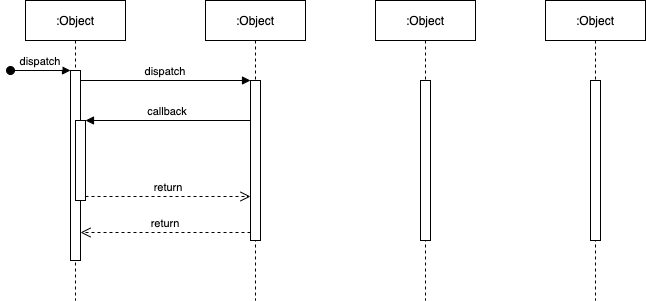
Earlier version of the draw.io export zDifferent/SC/Translation.drawio.png (smitbmx/Architecture-Diagrams). Source tidied: cells renumbered, new cells last; positions are measured from the earlier drawing's top-left corner, leaving out a move shared by most shapes.
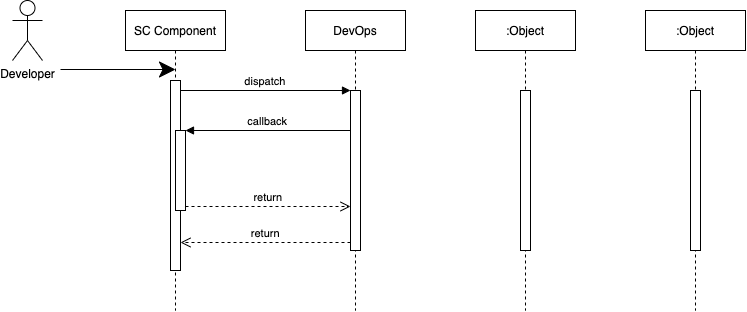
The same diagram one commit later.

The edit, as a diff of the source:
```diff
@@ -2,21 +2,16 @@
   <root>
     <mxCell id="0" />
     <mxCell id="1" parent="0" />
-    <mxCell id="2" value=":Object" style="shape=umlLifeline;perimeter=lifelinePerimeter;rounded=0;shadow=0;strokeWidth=1;" parent="1" vertex="1">
+    <mxCell id="2" value="SC Component" style="shape=umlLifeline;perimeter=lifelinePerimeter;rounded=0;shadow=0;strokeWidth=1;" parent="1" vertex="1">
       <mxGeometry x="15" width="100" height="300" as="geometry" />
     </mxCell>
     <mxCell id="3" style="points=[];perimeter=orthogonalPerimeter;rounded=0;shadow=0;strokeWidth=1;" parent="2" vertex="1">
       <mxGeometry x="45" y="70" width="10" height="190" as="geometry" />
     </mxCell>
-    <mxCell id="4" value="dispatch" style="verticalAlign=bottom;startArrow=oval;endArrow=block;startSize=8;shadow=0;strokeWidth=1;" parent="2" edge="1" target="3">
-      <mxGeometry relative="1" as="geometry">
-        <mxPoint x="-15" y="70" as="sourcePoint" />
-      </mxGeometry>
-    </mxCell>
     <mxCell id="5" style="points=[];perimeter=orthogonalPerimeter;rounded=0;shadow=0;strokeWidth=1;" parent="2" vertex="1">
       <mxGeometry x="50" y="120" width="10" height="80" as="geometry" />
     </mxCell>
-    <mxCell id="6" value=":Object" style="shape=umlLifeline;perimeter=lifelinePerimeter;rounded=0;shadow=0;strokeWidth=1;" parent="1" vertex="1">
+    <mxCell id="6" value="DevOps" style="shape=umlLifeline;perimeter=lifelinePerimeter;rounded=0;shadow=0;strokeWidth=1;" parent="1" vertex="1">
       <mxGeometry x="195" width="100" height="300" as="geometry" />
     </mxCell>
     <mxCell id="7" style="points=[];perimeter=orthogonalPerimeter;rounded=0;shadow=0;strokeWidth=1;" parent="6" vertex="1">
@@ -46,5 +41,14 @@
     <mxCell id="15" style="perimeter=orthogonalPerimeter;rounded=0;shadow=0;strokeWidth=1;" parent="14" vertex="1">
       <mxGeometry x="45" y="80" width="10" height="160" as="geometry" />
     </mxCell>
+    <mxCell id="16" value="Developer" style="shape=umlActor;verticalLabelPosition=bottom;verticalAlign=top;html=1;hachureGap=4;" parent="1" vertex="1">
+      <mxGeometry x="-98" y="-10" width="30" height="60" as="geometry" />
+    </mxCell>
+    <mxCell id="17" style="endArrow=classic;html=1;startSize=14;endSize=14;sourcePerimeterSpacing=8;targetPerimeterSpacing=8;" parent="1" edge="1">
+      <mxGeometry relative="1" as="geometry">
+        <mxPoint x="-50" y="59" as="sourcePoint" />
+        <mxPoint x="65" y="59" as="targetPoint" />
+      </mxGeometry>
+    </mxCell>
   </root>
 </mxGraphModel>
```
